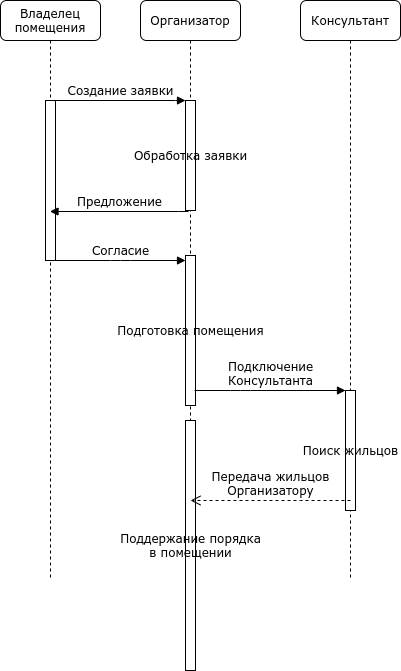
Earlier version of the draw.io export uml/seq_1.png (mikle9997/software-architecture-design). Source tidied: cells renumbered, new cells last; positions are measured from the earlier drawing's top-left corner, leaving out a move shared by most shapes. Source of this version:
```xml
<mxGraphModel background="#ffffff">
  <root>
    <mxCell id="0" />
    <mxCell id="1" parent="0" />
    <mxCell id="2" value="Организатор" style="shape=umlLifeline;perimeter=lifelinePerimeter;whiteSpace=wrap;html=1;rounded=1;shadow=0;comic=0;labelBackgroundColor=none;strokeWidth=1;fontFamily=Verdana;fontSize=12;align=center;" parent="1" vertex="1">
      <mxGeometry x="140" width="100" height="670" as="geometry" />
    </mxCell>
    <mxCell id="3" value="Обработка заявки" style="html=1;points=[];perimeter=orthogonalPerimeter;rounded=0;shadow=0;comic=0;labelBackgroundColor=none;strokeWidth=1;fontFamily=Verdana;fontSize=12;align=center;" parent="2" vertex="1">
      <mxGeometry x="45" y="100" width="10" height="110" as="geometry" />
    </mxCell>
    <mxCell id="4" value="Подготовка помещения" style="html=1;points=[];perimeter=orthogonalPerimeter;rounded=0;shadow=0;comic=0;labelBackgroundColor=none;strokeWidth=1;fontFamily=Verdana;fontSize=12;align=center;" parent="2" vertex="1">
      <mxGeometry x="45" y="255" width="10" height="150" as="geometry" />
    </mxCell>
    <mxCell id="5" value="Поддержание порядка&lt;br&gt;в помещении" style="html=1;perimeter=orthogonalPerimeter;rounded=0;shadow=0;comic=0;labelBackgroundColor=none;strokeWidth=1;fontFamily=Verdana;fontSize=12;align=center;" parent="2" vertex="1">
      <mxGeometry x="45" y="420" width="10" height="250" as="geometry" />
    </mxCell>
    <mxCell id="6" value="Консультант" style="shape=umlLifeline;perimeter=lifelinePerimeter;whiteSpace=wrap;html=1;rounded=1;shadow=0;comic=0;labelBackgroundColor=none;strokeWidth=1;fontFamily=Verdana;fontSize=12;align=center;" parent="1" vertex="1">
      <mxGeometry x="300" width="100" height="580" as="geometry" />
    </mxCell>
    <mxCell id="7" value="Поиск жильцов" style="html=1;points=[];perimeter=orthogonalPerimeter;rounded=0;shadow=0;comic=0;labelBackgroundColor=none;strokeWidth=1;fontFamily=Verdana;fontSize=12;align=center;" parent="6" vertex="1">
      <mxGeometry x="45" y="390" width="10" height="120" as="geometry" />
    </mxCell>
    <mxCell id="8" value="Владелец помещения" style="shape=umlLifeline;perimeter=lifelinePerimeter;whiteSpace=wrap;html=1;outlineConnect=0;rounded=1;shadow=0;comic=0;labelBackgroundColor=none;strokeWidth=1;fontFamily=Verdana;fontSize=12;align=center;" parent="1" vertex="1">
      <mxGeometry width="100" height="580" as="geometry" />
    </mxCell>
    <mxCell id="9" style="html=1;points=[];perimeter=orthogonalPerimeter;rounded=0;shadow=0;comic=0;labelBackgroundColor=none;strokeWidth=1;fontFamily=Verdana;fontSize=12;align=center;" parent="8" vertex="1">
      <mxGeometry x="45" y="100" width="10" height="160" as="geometry" />
    </mxCell>
    <mxCell id="10" value="Передача жильцов&lt;br&gt;Организатору" style="html=1;verticalAlign=bottom;endArrow=open;dashed=1;endSize=8;labelBackgroundColor=none;fontFamily=Verdana;fontSize=12;edgeStyle=elbowEdgeStyle;elbow=vertical;" parent="1" edge="1">
      <mxGeometry relative="1" as="geometry">
        <mxPoint x="350" y="500" as="sourcePoint" />
        <mxPoint x="190" y="500" as="targetPoint" />
        <Array as="points">
          <mxPoint x="290" y="500" />
          <mxPoint x="300" y="500" />
        </Array>
      </mxGeometry>
    </mxCell>
    <mxCell id="11" value="Создание заявки" style="html=1;verticalAlign=bottom;endArrow=block;entryX=0;entryY=0;labelBackgroundColor=none;fontFamily=Verdana;fontSize=12;edgeStyle=elbowEdgeStyle;elbow=vertical;" parent="1" edge="1" source="9" target="3">
      <mxGeometry relative="1" as="geometry" />
    </mxCell>
    <mxCell id="12" value="Предложение" style="html=1;verticalAlign=bottom;endArrow=block;labelBackgroundColor=none;fontFamily=Verdana;fontSize=12;edgeStyle=elbowEdgeStyle;elbow=vertical;exitX=0.3;exitY=1.009;exitDx=0;exitDy=0;exitPerimeter=0;" parent="1" edge="1" source="3" target="8">
      <mxGeometry relative="1" as="geometry" />
    </mxCell>
    <mxCell id="13" value="Согласие" style="html=1;verticalAlign=bottom;endArrow=block;labelBackgroundColor=none;fontFamily=Verdana;fontSize=12;edgeStyle=elbowEdgeStyle;elbow=vertical;" parent="1" edge="1" source="9" target="4">
      <mxGeometry relative="1" as="geometry">
        <Array as="points">
          <mxPoint x="120" y="260" />
        </Array>
      </mxGeometry>
    </mxCell>
    <mxCell id="14" value="Подключение&lt;br&gt;Консультанта" style="html=1;verticalAlign=bottom;endArrow=block;labelBackgroundColor=none;fontFamily=Verdana;fontSize=12;edgeStyle=elbowEdgeStyle;elbow=vertical;" parent="1" edge="1" target="7">
      <mxGeometry relative="1" as="geometry">
        <mxPoint x="194" y="390" as="sourcePoint" />
        <Array as="points">
          <mxPoint x="240" y="390" />
          <mxPoint x="260" y="390" />
          <mxPoint x="240" y="360" />
          <mxPoint x="260" y="340" />
          <mxPoint x="265" y="330" />
        </Array>
      </mxGeometry>
    </mxCell>
  </root>
</mxGraphModel>
```
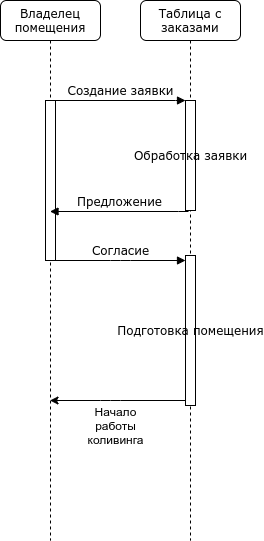
After the change.

What changed in the source:
```diff
@@ -2,8 +2,8 @@
   <root>
     <mxCell id="0" />
     <mxCell id="1" parent="0" />
-    <mxCell id="2" value="Организатор" style="shape=umlLifeline;perimeter=lifelinePerimeter;whiteSpace=wrap;html=1;rounded=1;shadow=0;comic=0;labelBackgroundColor=none;strokeWidth=1;fontFamily=Verdana;fontSize=12;align=center;" parent="1" vertex="1">
-      <mxGeometry x="140" width="100" height="670" as="geometry" />
+    <mxCell id="2" value="Таблица с заказами" style="shape=umlLifeline;perimeter=lifelinePerimeter;whiteSpace=wrap;html=1;rounded=1;shadow=0;comic=0;labelBackgroundColor=none;strokeWidth=1;fontFamily=Verdana;fontSize=12;align=center;" parent="1" vertex="1">
+      <mxGeometry x="140" width="100" height="540" as="geometry" />
     </mxCell>
     <mxCell id="3" value="Обработка заявки" style="html=1;points=[];perimeter=orthogonalPerimeter;rounded=0;shadow=0;comic=0;labelBackgroundColor=none;strokeWidth=1;fontFamily=Verdana;fontSize=12;align=center;" parent="2" vertex="1">
       <mxGeometry x="45" y="100" width="10" height="110" as="geometry" />
@@ -11,31 +11,12 @@
     <mxCell id="4" value="Подготовка помещения" style="html=1;points=[];perimeter=orthogonalPerimeter;rounded=0;shadow=0;comic=0;labelBackgroundColor=none;strokeWidth=1;fontFamily=Verdana;fontSize=12;align=center;" parent="2" vertex="1">
       <mxGeometry x="45" y="255" width="10" height="150" as="geometry" />
     </mxCell>
-    <mxCell id="5" value="Поддержание порядка&lt;br&gt;в помещении" style="html=1;perimeter=orthogonalPerimeter;rounded=0;shadow=0;comic=0;labelBackgroundColor=none;strokeWidth=1;fontFamily=Verdana;fontSize=12;align=center;" parent="2" vertex="1">
-      <mxGeometry x="45" y="420" width="10" height="250" as="geometry" />
-    </mxCell>
-    <mxCell id="6" value="Консультант" style="shape=umlLifeline;perimeter=lifelinePerimeter;whiteSpace=wrap;html=1;rounded=1;shadow=0;comic=0;labelBackgroundColor=none;strokeWidth=1;fontFamily=Verdana;fontSize=12;align=center;" parent="1" vertex="1">
-      <mxGeometry x="300" width="100" height="580" as="geometry" />
-    </mxCell>
-    <mxCell id="7" value="Поиск жильцов" style="html=1;points=[];perimeter=orthogonalPerimeter;rounded=0;shadow=0;comic=0;labelBackgroundColor=none;strokeWidth=1;fontFamily=Verdana;fontSize=12;align=center;" parent="6" vertex="1">
-      <mxGeometry x="45" y="390" width="10" height="120" as="geometry" />
-    </mxCell>
     <mxCell id="8" value="Владелец помещения" style="shape=umlLifeline;perimeter=lifelinePerimeter;whiteSpace=wrap;html=1;outlineConnect=0;rounded=1;shadow=0;comic=0;labelBackgroundColor=none;strokeWidth=1;fontFamily=Verdana;fontSize=12;align=center;" parent="1" vertex="1">
-      <mxGeometry width="100" height="580" as="geometry" />
+      <mxGeometry width="100" height="540" as="geometry" />
     </mxCell>
     <mxCell id="9" style="html=1;points=[];perimeter=orthogonalPerimeter;rounded=0;shadow=0;comic=0;labelBackgroundColor=none;strokeWidth=1;fontFamily=Verdana;fontSize=12;align=center;" parent="8" vertex="1">
       <mxGeometry x="45" y="100" width="10" height="160" as="geometry" />
     </mxCell>
-    <mxCell id="10" value="Передача жильцов&lt;br&gt;Организатору" style="html=1;verticalAlign=bottom;endArrow=open;dashed=1;endSize=8;labelBackgroundColor=none;fontFamily=Verdana;fontSize=12;edgeStyle=elbowEdgeStyle;elbow=vertical;" parent="1" edge="1">
-      <mxGeometry relative="1" as="geometry">
-        <mxPoint x="350" y="500" as="sourcePoint" />
-        <mxPoint x="190" y="500" as="targetPoint" />
-        <Array as="points">
-          <mxPoint x="290" y="500" />
-          <mxPoint x="300" y="500" />
-        </Array>
-      </mxGeometry>
-    </mxCell>
     <mxCell id="11" value="Создание заявки" style="html=1;verticalAlign=bottom;endArrow=block;entryX=0;entryY=0;labelBackgroundColor=none;fontFamily=Verdana;fontSize=12;edgeStyle=elbowEdgeStyle;elbow=vertical;" parent="1" edge="1" source="9" target="3">
       <mxGeometry relative="1" as="geometry" />
     </mxCell>
@@ -49,17 +30,15 @@
         </Array>
       </mxGeometry>
     </mxCell>
-    <mxCell id="14" value="Подключение&lt;br&gt;Консультанта" style="html=1;verticalAlign=bottom;endArrow=block;labelBackgroundColor=none;fontFamily=Verdana;fontSize=12;edgeStyle=elbowEdgeStyle;elbow=vertical;" parent="1" edge="1" target="7">
-      <mxGeometry relative="1" as="geometry">
-        <mxPoint x="194" y="390" as="sourcePoint" />
-        <Array as="points">
-          <mxPoint x="240" y="390" />
-          <mxPoint x="260" y="390" />
-          <mxPoint x="240" y="360" />
-          <mxPoint x="260" y="340" />
-          <mxPoint x="265" y="330" />
-        </Array>
-      </mxGeometry>
-    </mxCell>
+    <mxCell id="15" style="endArrow=classic;html=1;" parent="1" edge="1" source="4" target="8">
+      <mxGeometry relative="1" as="geometry">
+        <Array as="points">
+          <mxPoint x="110" y="400" />
+        </Array>
+      </mxGeometry>
+    </mxCell>
+    <mxCell id="16" value="Начало&lt;br&gt;работы&lt;br&gt;коливинга" style="text;html=1;align=center;verticalAlign=middle;" parent="1" vertex="1">
+      <mxGeometry x="80" y="400" width="70" height="50" as="geometry" />
+    </mxCell>
   </root>
 </mxGraphModel>
```
